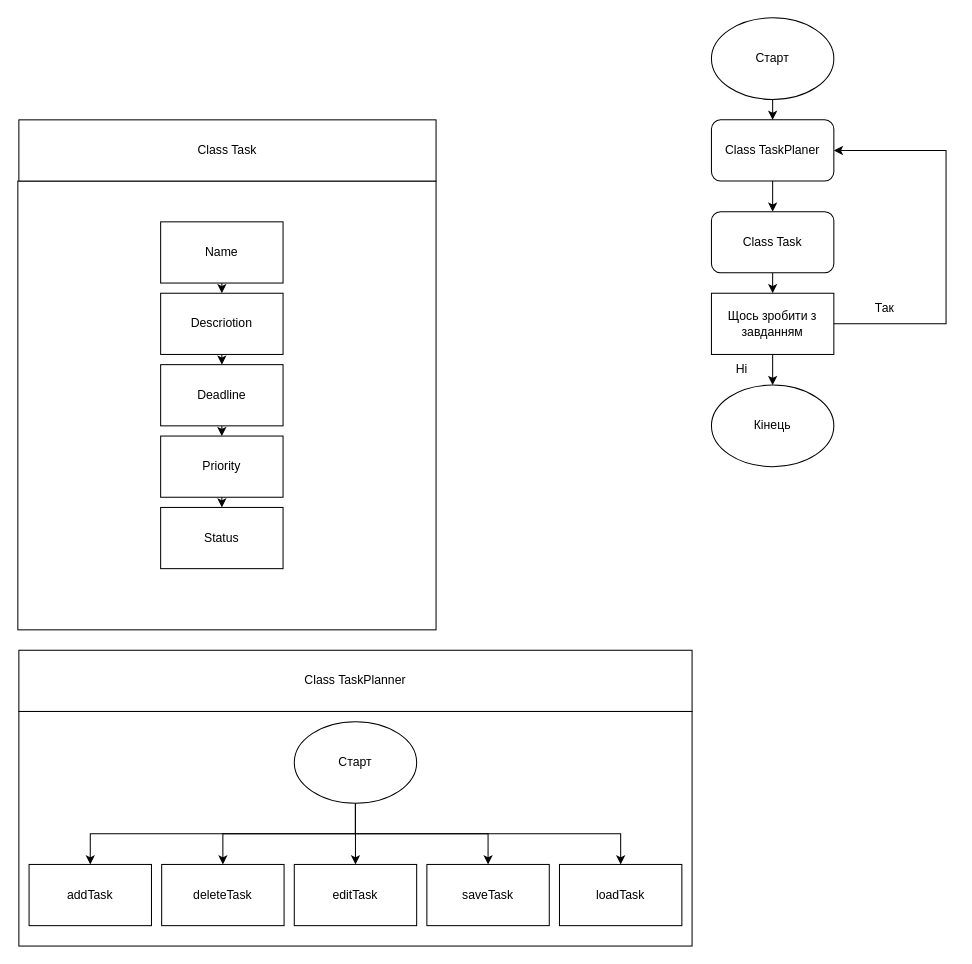
Before: Діаграма/finalproject.drawio in SombreEm/finalprojectc-, a draw.io diagram. Source tidied: cells renumbered, new cells numbered last; positions are measured from the earlier drawing's top-left corner, leaving out a move shared by most shapes. Both pictures are drawn from the tidied source at 102%, with x=0, y=0 at pixel (17, 17).
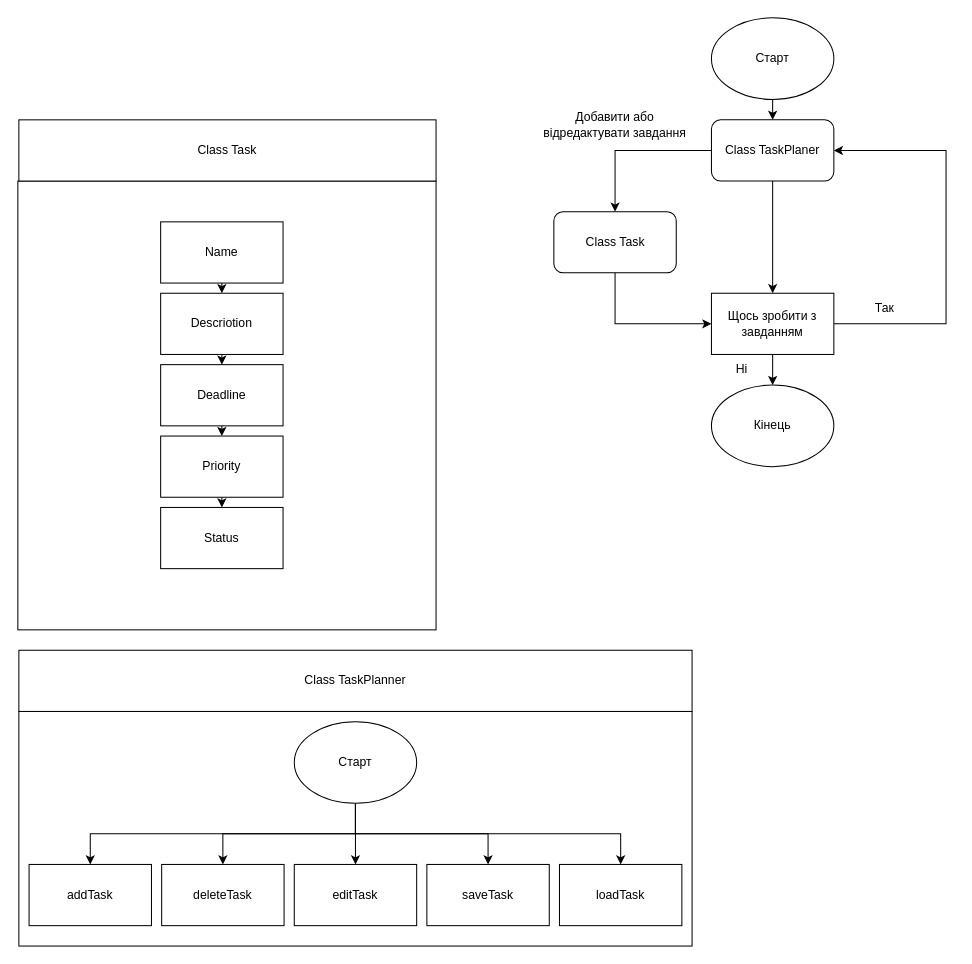
The same diagram, later.

Unchanged cells that the change refers to:
```xml
<mxCell id="27" value="Class TaskPlaner" style="rounded=1;whiteSpace=wrap;html=1;" parent="1" vertex="1">
  <mxGeometry x="680" y="100" width="120" height="60" as="geometry" />
</mxCell>
<mxCell id="32" value="Щось зробити з завданням" style="rounded=0;whiteSpace=wrap;html=1;" parent="1" vertex="1">
  <mxGeometry x="680" y="270" width="120" height="60" as="geometry" />
</mxCell>
```

Diff of the diagram source:
```diff
@@
+    <mxCell id="38" style="edgeStyle=orthogonalEdgeStyle;rounded=0;jettySize=auto;html=1;exitX=0.5;exitY=1;exitDx=0;exitDy=0;entryX=0.5;entryY=0;entryDx=0;entryDy=0;" parent="1" edge="1" source="27" target="32">
+      <mxGeometry relative="1" as="geometry" />
+    </mxCell>
-    <mxCell id="26" style="edgeStyle=orthogonalEdgeStyle;rounded=0;jettySize=auto;html=1;exitX=0.5;exitY=1;exitDx=0;exitDy=0;" parent="1" edge="1" source="27" target="30">
+    <mxCell id="26" style="edgeStyle=orthogonalEdgeStyle;rounded=0;jettySize=auto;html=1;exitX=0;exitY=0.5;exitDx=0;exitDy=0;entryX=0.5;entryY=0;entryDx=0;entryDy=0;" parent="1" edge="1" source="27" target="30">
       <mxGeometry relative="1" as="geometry" />
     </mxCell>
@@
-    <mxCell id="29" style="edgeStyle=orthogonalEdgeStyle;rounded=0;jettySize=auto;html=1;exitX=0.5;exitY=1;exitDx=0;exitDy=0;entryX=0.5;entryY=0;entryDx=0;entryDy=0;" parent="1" edge="1" source="30" target="32">
+    <mxCell id="29" style="edgeStyle=orthogonalEdgeStyle;rounded=0;jettySize=auto;html=1;exitX=0.5;exitY=1;exitDx=0;exitDy=0;entryX=0;entryY=0.5;entryDx=0;entryDy=0;" parent="1" edge="1" source="30" target="32">
       <mxGeometry relative="1" as="geometry" />
     </mxCell>
     <mxCell id="30" value="Class Task" style="rounded=1;whiteSpace=wrap;html=1;" parent="1" vertex="1">
-      <mxGeometry x="680" y="190" width="120" height="60" as="geometry" />
+      <mxGeometry x="525.5" y="190" width="120" height="60" as="geometry" />
     </mxCell>
@@
+    <mxCell id="39" value="Добавити або відредактувати завдання" style="text;html=1;strokeColor=none;fillColor=none;align=center;verticalAlign=middle;whiteSpace=wrap;rounded=0;" parent="1" vertex="1">
+      <mxGeometry x="510" y="90" width="151" height="30" as="geometry" />
+    </mxCell>
```
